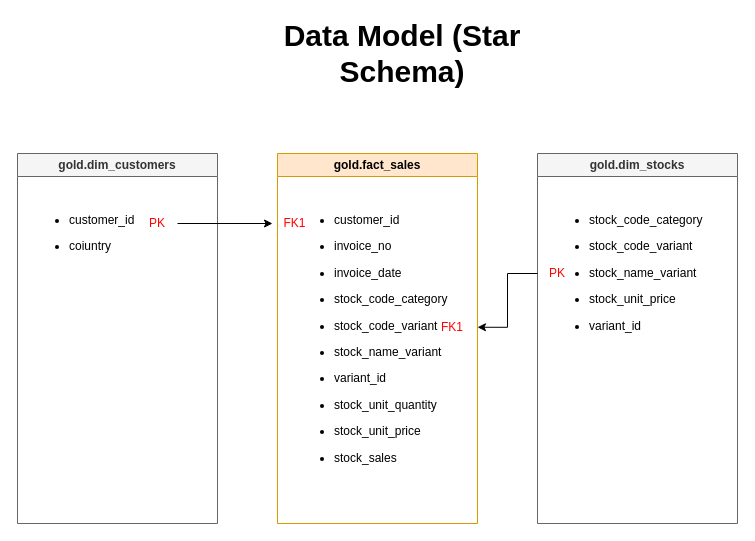
This is Data Model.drawio from ChinKF99/Project-2-E-Commerce-Data-Analysis, a draw.io file, before an edit. Source tidied: cells renumbered, new cells numbered last; positions are measured from the earlier drawing's top-left corner, leaving out a move shared by most shapes. Both pictures are drawn from the tidied source at 100%, with x=0, y=0 at pixel (17, 23).
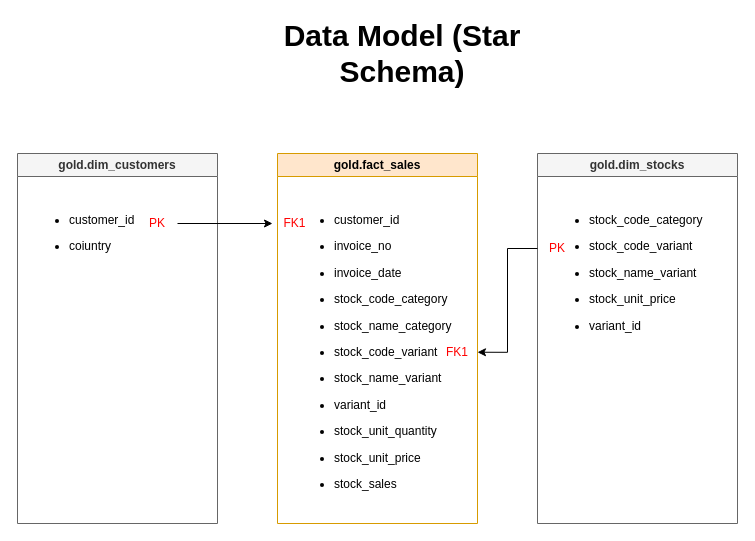
After the change.

Diff of the diagram source:
```diff
@@
 <mxGraphModel>
   <root>
     <mxCell id="0" />
     <mxCell id="1" parent="0" />
     <mxCell id="2" value="Data Model (Star Schema)" style="text;html=1;align=center;verticalAlign=middle;whiteSpace=wrap;rounded=0;strokeWidth=1;fontSize=30;fontStyle=1;" parent="1" vertex="1">
       <mxGeometry x="220" width="330" height="60" as="geometry" />
     </mxCell>
     <mxCell id="3" value="&lt;font color=&quot;#000000&quot;&gt;gold.fact_sales&lt;/font&gt;" style="swimlane;whiteSpace=wrap;html=1;fillColor=#ffe6cc;strokeColor=#d79b00;" parent="1" vertex="1">
       <mxGeometry x="260" y="130" width="200" height="370" as="geometry" />
     </mxCell>
-    <mxCell id="4" value="&lt;ul style=&quot;line-height: 220%;&quot;&gt;&lt;li&gt;&lt;font&gt;customer_id&lt;/font&gt;&lt;/li&gt;&lt;li&gt;&lt;span style=&quot;background-color: transparent; color: light-dark(rgb(0, 0, 0), rgb(255, 255, 255));&quot;&gt;invoice_no&lt;/span&gt;&lt;/li&gt;&lt;li&gt;invoice_date&lt;/li&gt;&lt;li&gt;&lt;font&gt;stock_code_category&lt;/font&gt;&lt;/li&gt;&lt;li&gt;&lt;font&gt;stock_code_variant&lt;/font&gt;&lt;/li&gt;&lt;li&gt;&lt;font&gt;stock_name_variant&lt;/font&gt;&lt;/li&gt;&lt;li&gt;&lt;font&gt;variant_id&lt;/font&gt;&lt;/li&gt;&lt;li&gt;&lt;font&gt;stock_unit_quantity&lt;/font&gt;&lt;/li&gt;&lt;li&gt;&lt;font&gt;stock_unit_price&lt;/font&gt;&lt;/li&gt;&lt;li&gt;&lt;font&gt;stock_sales&lt;/font&gt;&lt;/li&gt;&lt;/ul&gt;" style="text;html=1;whiteSpace=wrap;strokeColor=none;fillColor=none;align=left;verticalAlign=top;rounded=0;" parent="3" vertex="1">
-      <mxGeometry x="15" y="35" width="170" height="285" as="geometry" />
+    <mxCell id="4" value="&lt;ul style=&quot;line-height: 220%;&quot;&gt;&lt;li&gt;&lt;font&gt;customer_id&lt;/font&gt;&lt;/li&gt;&lt;li&gt;&lt;span style=&quot;background-color: transparent; color: light-dark(rgb(0, 0, 0), rgb(255, 255, 255));&quot;&gt;invoice_no&lt;/span&gt;&lt;/li&gt;&lt;li&gt;invoice_date&lt;/li&gt;&lt;li&gt;&lt;font&gt;stock_code_category&lt;/font&gt;&lt;/li&gt;&lt;li&gt;&lt;font&gt;stock_name_category&lt;/font&gt;&lt;/li&gt;&lt;li&gt;&lt;font&gt;stock_code_variant&lt;/font&gt;&lt;/li&gt;&lt;li&gt;&lt;font&gt;stock_name_variant&lt;/font&gt;&lt;/li&gt;&lt;li&gt;&lt;font&gt;variant_id&lt;/font&gt;&lt;/li&gt;&lt;li&gt;&lt;font&gt;stock_unit_quantity&lt;/font&gt;&lt;/li&gt;&lt;li&gt;&lt;font&gt;stock_unit_price&lt;/font&gt;&lt;/li&gt;&lt;li&gt;&lt;font&gt;stock_sales&lt;/font&gt;&lt;/li&gt;&lt;/ul&gt;" style="text;html=1;whiteSpace=wrap;strokeColor=none;fillColor=none;align=left;verticalAlign=top;rounded=0;" parent="3" vertex="1">
+      <mxGeometry x="15" y="35" width="170" height="315" as="geometry" />
     </mxCell>
     <mxCell id="5" value="&lt;font style=&quot;color: rgb(255, 0, 0);&quot;&gt;FK1&lt;/font&gt;" style="text;html=1;whiteSpace=wrap;strokeColor=none;fillColor=none;align=center;verticalAlign=middle;rounded=0;" parent="3" vertex="1">
       <mxGeometry x="-5" y="50" width="45" height="40" as="geometry" />
     </mxCell>
     <mxCell id="6" value="&lt;font style=&quot;color: rgb(255, 0, 0);&quot;&gt;FK1&lt;/font&gt;" style="text;html=1;whiteSpace=wrap;strokeColor=none;fillColor=none;align=center;verticalAlign=middle;rounded=0;" parent="3" vertex="1">
-      <mxGeometry x="150" y="160" width="50" height="27.5" as="geometry" />
+      <mxGeometry x="160" y="190" width="40" height="17.5" as="geometry" />
     </mxCell>
     <mxCell id="7" value="gold.dim_stocks" style="swimlane;whiteSpace=wrap;html=1;fillColor=#f5f5f5;strokeColor=#666666;fontColor=#333333;" parent="1" vertex="1">
       <mxGeometry x="520" y="130" width="200" height="370" as="geometry" />
     </mxCell>
     <mxCell id="8" value="&lt;ul style=&quot;line-height: 220%;&quot;&gt;&lt;li&gt;&lt;font&gt;stock_code_category&lt;/font&gt;&lt;/li&gt;&lt;li&gt;&lt;font&gt;stock_code_variant&lt;/font&gt;&lt;/li&gt;&lt;li&gt;&lt;font&gt;stock_name_variant&lt;/font&gt;&lt;/li&gt;&lt;li&gt;&lt;font&gt;stock_unit_price&lt;/font&gt;&lt;/li&gt;&lt;li&gt;&lt;font&gt;variant_id&lt;/font&gt;&lt;/li&gt;&lt;/ul&gt;" style="text;html=1;whiteSpace=wrap;strokeColor=none;fillColor=none;align=left;verticalAlign=top;rounded=0;" parent="7" vertex="1">
       <mxGeometry x="10" y="35" width="170" height="155" as="geometry" />
     </mxCell>
     <mxCell id="9" value="&lt;font style=&quot;color: rgb(255, 0, 0);&quot;&gt;PK&lt;/font&gt;" style="text;html=1;whiteSpace=wrap;strokeColor=none;fillColor=none;align=center;verticalAlign=middle;rounded=0;" parent="7" vertex="1">
-      <mxGeometry y="100" width="40" height="40" as="geometry" />
+      <mxGeometry y="80" width="40" height="30" as="geometry" />
     </mxCell>
     <mxCell id="10" value="gold.dim_customers" style="swimlane;whiteSpace=wrap;html=1;fillColor=#f5f5f5;strokeColor=#666666;fontColor=#333333;" parent="1" vertex="1">
       <mxGeometry y="130" width="200" height="370" as="geometry" />
     </mxCell>
     <mxCell id="11" value="&lt;ul style=&quot;line-height: 220%;&quot;&gt;&lt;li&gt;customer_id&lt;/li&gt;&lt;li&gt;coiuntry&lt;/li&gt;&lt;/ul&gt;" style="text;html=1;whiteSpace=wrap;strokeColor=none;fillColor=none;align=left;verticalAlign=top;rounded=0;" parent="10" vertex="1">
       <mxGeometry x="10" y="35" width="140" height="80" as="geometry" />
     </mxCell>
     <mxCell id="12" value="&lt;font style=&quot;color: rgb(255, 0, 0);&quot;&gt;PK&lt;/font&gt;" style="text;html=1;whiteSpace=wrap;strokeColor=none;fillColor=none;align=center;verticalAlign=middle;rounded=0;" parent="10" vertex="1">
       <mxGeometry x="120" y="50" width="40" height="40" as="geometry" />
     </mxCell>
     <mxCell id="13" style="edgeStyle=orthogonalEdgeStyle;rounded=0;jettySize=auto;html=1;" parent="1" edge="1" source="12" target="5">
       <mxGeometry relative="1" as="geometry" />
     </mxCell>
     <mxCell id="14" style="rounded=0;jettySize=auto;html=1;edgeStyle=orthogonalEdgeStyle;entryX=1;entryY=0.5;entryDx=0;entryDy=0;" parent="1" edge="1" source="9" target="6">
       <mxGeometry relative="1" as="geometry" />
     </mxCell>
   </root>
 </mxGraphModel>
```
